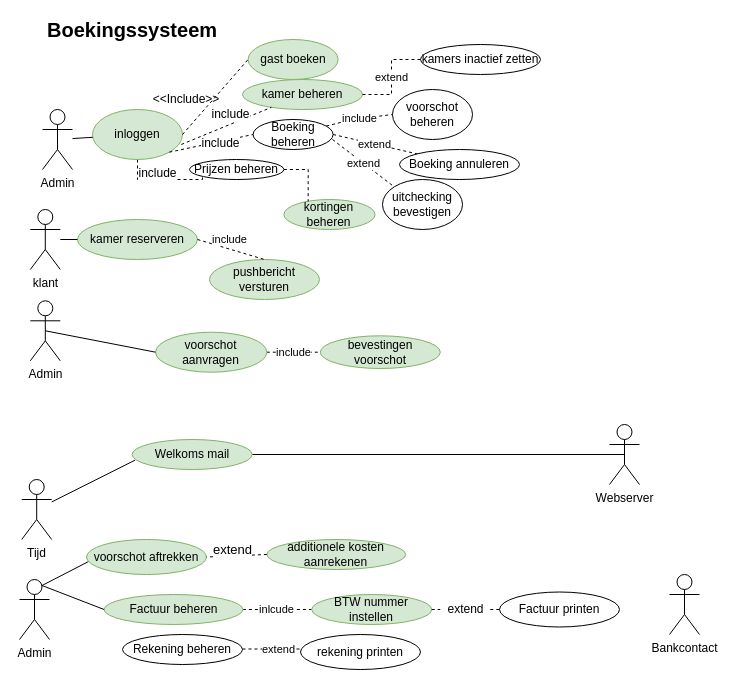
This is Untitled Diagram.drawio from donnie1998/thomasmore2019-2020, a draw.io file, before an edit. Source tidied: cells renumbered, new cells numbered last; positions are measured from the earlier drawing's top-left corner, leaving out a move shared by most shapes. Both pictures are drawn from the tidied source at 100%, with x=0, y=0 at pixel (19, 19).
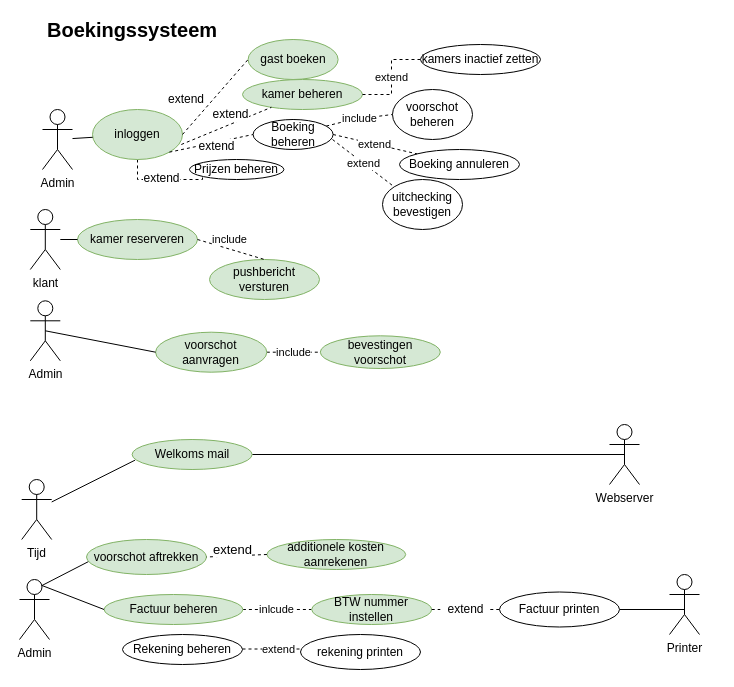
The same diagram, later.

Unchanged cells that the change refers to:
```xml
<mxCell id="21" style="endArrow=none;dashed=1;html=1;" parent="1" edge="1" target="20">
  <mxGeometry relative="1" as="geometry">
    <mxPoint x="161.8" y="125" as="sourcePoint" />
  </mxGeometry>
</mxCell>
<mxCell id="29" value="Prijzen beheren" style="ellipse;whiteSpace=wrap;html=1;" parent="1" vertex="1">
  <mxGeometry x="170" y="140" width="94.4" height="20" as="geometry" />
</mxCell>
<mxCell id="53" value="Factuur printen" style="ellipse;whiteSpace=wrap;html=1;" parent="1" vertex="1">
  <mxGeometry x="480" y="572.5" width="120" height="35" as="geometry" />
</mxCell>
```

Diff of the diagram source:
```diff
@@
-    <mxCell id="2" value="Bankcontact" style="shape=umlActor;verticalLabelPosition=bottom;labelBackgroundColor=#ffffff;verticalAlign=top;html=1;outlineConnect=0;" parent="1" vertex="1">
+    <mxCell id="2" value="&lt;div&gt;Printer&lt;/div&gt;" style="shape=umlActor;verticalLabelPosition=bottom;labelBackgroundColor=#ffffff;verticalAlign=top;html=1;outlineConnect=0;" parent="1" vertex="1">
       <mxGeometry x="650" y="555" width="30" height="60" as="geometry" />
     </mxCell>
@@
-    <mxCell id="13" value="&amp;lt;&amp;lt;Include&amp;gt;&amp;gt;" style="text;html=1;strokeColor=none;fillColor=none;align=center;verticalAlign=middle;whiteSpace=wrap;rounded=0;" parent="1" vertex="1">
+    <mxCell id="13" value="extend" style="text;html=1;strokeColor=none;fillColor=none;align=center;verticalAlign=middle;whiteSpace=wrap;rounded=0;" parent="1" vertex="1">
       <mxGeometry x="147" y="70" width="40" height="20" as="geometry" />
     </mxCell>
-    <mxCell id="14" value="kortingen beheren" style="ellipse;whiteSpace=wrap;html=1;fillColor=#d5e8d4;strokeColor=#82b366;" parent="1" vertex="1">
-      <mxGeometry x="264.4" y="180" width="91.2" height="30" as="geometry" />
-    </mxCell>
@@
-    <mxCell id="22" value="&lt;div&gt;include&lt;/div&gt;" style="text;html=1;align=center;verticalAlign=middle;labelBackgroundColor=#ffffff;" parent="21" vertex="1">
+    <mxCell id="22" value="extend" style="text;html=1;align=center;verticalAlign=middle;labelBackgroundColor=#ffffff;" parent="21" vertex="1">
       <mxGeometry x="0.27" relative="1" as="geometry">
         <mxPoint x="-9.1" y="-6.4" as="offset" />
       </mxGeometry>
     </mxCell>
@@
-    <mxCell id="28" style="edgeStyle=orthogonalEdgeStyle;rounded=0;jettySize=auto;html=1;exitX=1;exitY=0.5;exitDx=0;exitDy=0;entryX=0.266;entryY=0.067;entryDx=0;entryDy=0;entryPerimeter=0;endArrow=none;endFill=0;dashed=1;" parent="1" edge="1" source="29" target="14">
-      <mxGeometry relative="1" as="geometry" />
-    </mxCell>
@@
+    <mxCell id="61" style="edgeStyle=orthogonalEdgeStyle;rounded=0;jettySize=auto;html=1;exitX=1;exitY=0.5;exitDx=0;exitDy=0;endArrow=none;endFill=0;entryX=0.5;entryY=0.5;entryDx=0;entryDy=0;entryPerimeter=0;" parent="1" edge="1" source="53" target="2">
+      <mxGeometry relative="1" as="geometry">
+        <Array as="points">
+          <mxPoint x="665" y="590" />
+        </Array>
+      </mxGeometry>
+    </mxCell>
@@
-    <mxCell id="57" value="&lt;div&gt;include&lt;/div&gt;" style="text;html=1;align=center;verticalAlign=middle;labelBackgroundColor=#ffffff;" parent="1" vertex="1">
+    <mxCell id="57" value="extend" style="text;html=1;align=center;verticalAlign=middle;labelBackgroundColor=#ffffff;" parent="1" vertex="1">
       <mxGeometry x="210" y="130" as="geometry">
-        <mxPoint x="-9.1" y="-6.4" as="offset" />
+        <mxPoint x="-13.1" y="-3.4" as="offset" />
       </mxGeometry>
     </mxCell>
-    <mxCell id="58" value="&lt;div&gt;include&lt;/div&gt;" style="text;html=1;align=center;verticalAlign=middle;labelBackgroundColor=#ffffff;" parent="1" vertex="1">
+    <mxCell id="58" value="extend" style="text;html=1;align=center;verticalAlign=middle;labelBackgroundColor=#ffffff;" parent="1" vertex="1">
       <mxGeometry x="147" y="160" as="geometry">
-        <mxPoint x="-9.1" y="-6.4" as="offset" />
+        <mxPoint x="-5.1" y="-1.4" as="offset" />
       </mxGeometry>
     </mxCell>
```
